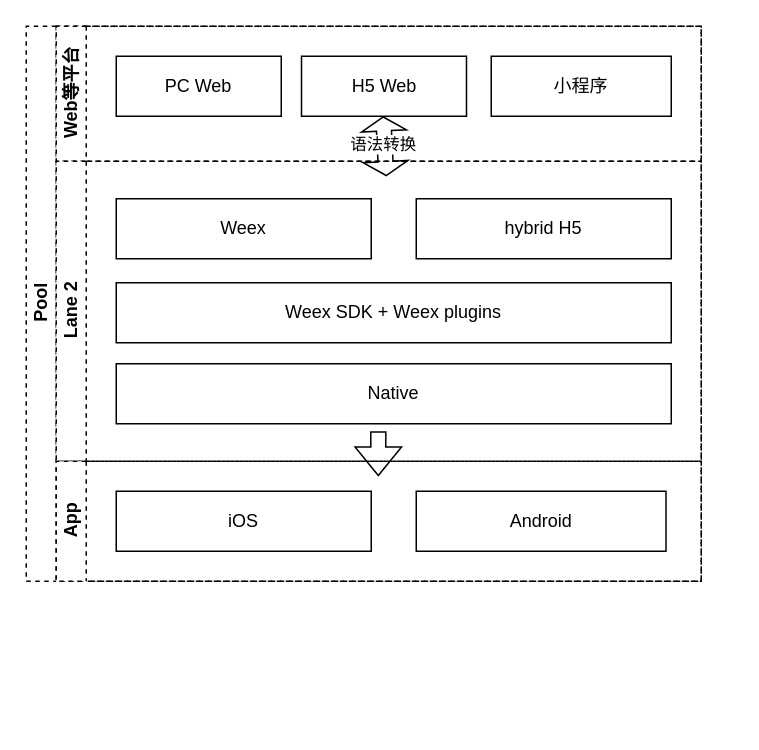
This is 未命名绘图.drawio from ginuim/mueditor, a draw.io file, before an edit. Source tidied: cells renumbered, new cells numbered last; positions are measured from the earlier drawing's top-left corner, leaving out a move shared by most shapes. Both pictures are drawn from the tidied source at 150%, with x=0, y=0 at pixel (26, 26).
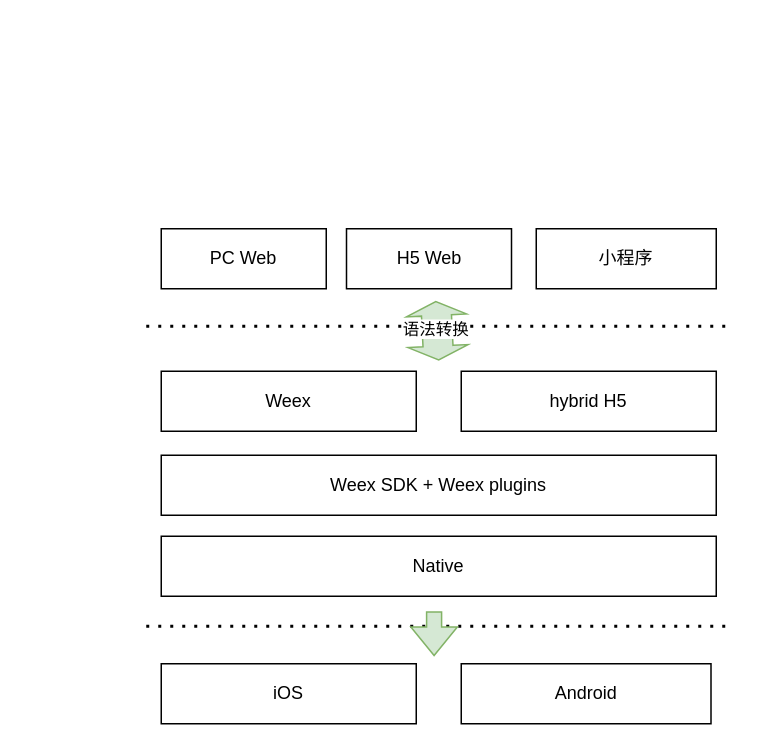
The same page after the edit.

Commit message (it also covers changes not shown here):
更新未命名绘图.drawio

Change to the diagram source:
```diff
@@
 <mxGraphModel>
   <root>
     <mxCell id="0" />
     <mxCell id="1" parent="0" />
-    <mxCell id="2" value="Pool" style="swimlane;html=1;horizontal=0;startSize=20;dashed=1;" parent="1" vertex="1">
-      <mxGeometry width="450" height="370" as="geometry" />
-    </mxCell>
-    <mxCell id="3" value="Web等平台" style="swimlane;html=1;startSize=20;horizontal=0;dashed=1;" parent="2" vertex="1">
-      <mxGeometry x="20" width="430" height="90" as="geometry" />
-    </mxCell>
-    <mxCell id="4" value="PC Web" style="rounded=0;whiteSpace=wrap;html=1;" parent="3" vertex="1">
-      <mxGeometry x="40" y="20" width="110" height="40" as="geometry" />
+    <mxCell id="4" value="PC Web" style="rounded=0;whiteSpace=wrap;html=1;" parent="1" vertex="1">
+      <mxGeometry x="90" y="135" width="110" height="40" as="geometry" />
     </mxCell>
-    <mxCell id="5" value="小程序" style="rounded=0;whiteSpace=wrap;html=1;" parent="3" vertex="1">
-      <mxGeometry x="290" y="20" width="120" height="40" as="geometry" />
+    <mxCell id="5" value="小程序" style="rounded=0;whiteSpace=wrap;html=1;" parent="1" vertex="1">
+      <mxGeometry x="340" y="135" width="120" height="40" as="geometry" />
     </mxCell>
-    <mxCell id="6" value="H5 Web" style="rounded=0;whiteSpace=wrap;html=1;" parent="3" vertex="1">
-      <mxGeometry x="163.5" y="20" width="110" height="40" as="geometry" />
+    <mxCell id="6" value="H5 Web" style="rounded=0;whiteSpace=wrap;html=1;" parent="1" vertex="1">
+      <mxGeometry x="213.5" y="135" width="110" height="40" as="geometry" />
     </mxCell>
-    <mxCell id="7" style="shape=flexArrow;endArrow=classic;startArrow=classic;html=1;rounded=0;endWidth=19;endSize=2.76;startWidth=19;startSize=2.76;" parent="3" edge="1">
-      <mxGeometry relative="1" as="geometry">
-        <mxPoint x="220" y="100" as="sourcePoint" />
-        <mxPoint x="218" y="60" as="targetPoint" />
-      </mxGeometry>
-    </mxCell>
-    <mxCell id="8" value="语法转换" style="edgeLabel;html=1;align=center;verticalAlign=middle;" parent="7" vertex="1">
-      <mxGeometry x="0.11" y="1" relative="1" as="geometry" />
-    </mxCell>
-    <mxCell id="9" value="Lane 2" style="swimlane;html=1;startSize=20;horizontal=0;dashed=1;" parent="2" vertex="1">
-      <mxGeometry x="20" y="90" width="430" height="200" as="geometry" />
-    </mxCell>
-    <mxCell id="10" value="Weex" style="rounded=0;whiteSpace=wrap;html=1;" parent="9" vertex="1">
-      <mxGeometry x="40" y="25" width="170" height="40" as="geometry" />
+    <mxCell id="10" value="Weex" style="rounded=0;whiteSpace=wrap;html=1;" parent="1" vertex="1">
+      <mxGeometry x="90" y="230" width="170" height="40" as="geometry" />
     </mxCell>
-    <mxCell id="11" value="hybrid H5" style="rounded=0;whiteSpace=wrap;html=1;" parent="9" vertex="1">
-      <mxGeometry x="240" y="25" width="170" height="40" as="geometry" />
+    <mxCell id="11" value="hybrid H5" style="rounded=0;whiteSpace=wrap;html=1;" parent="1" vertex="1">
+      <mxGeometry x="290" y="230" width="170" height="40" as="geometry" />
     </mxCell>
-    <mxCell id="12" value="Weex SDK + Weex plugins" style="rounded=0;whiteSpace=wrap;html=1;" parent="9" vertex="1">
-      <mxGeometry x="40" y="81" width="370" height="40" as="geometry" />
+    <mxCell id="12" value="Weex SDK + Weex plugins" style="rounded=0;whiteSpace=wrap;html=1;" parent="1" vertex="1">
+      <mxGeometry x="90" y="286" width="370" height="40" as="geometry" />
     </mxCell>
-    <mxCell id="13" value="Native" style="rounded=0;whiteSpace=wrap;html=1;" parent="9" vertex="1">
-      <mxGeometry x="40" y="135" width="370" height="40" as="geometry" />
+    <mxCell id="13" value="Native" style="rounded=0;whiteSpace=wrap;html=1;" parent="1" vertex="1">
+      <mxGeometry x="90" y="340" width="370" height="40" as="geometry" />
     </mxCell>
-    <mxCell id="14" style="shape=flexArrow;endArrow=classic;html=1;rounded=0;" parent="9" edge="1">
-      <mxGeometry relative="1" as="geometry">
-        <mxPoint x="214.7" y="180" as="sourcePoint" />
-        <mxPoint x="214.7" y="210" as="targetPoint" />
-      </mxGeometry>
-    </mxCell>
-    <mxCell id="15" value="App" style="swimlane;html=1;startSize=20;horizontal=0;dashed=1;" parent="2" vertex="1">
-      <mxGeometry x="20" y="290" width="430" height="80" as="geometry" />
-    </mxCell>
-    <mxCell id="16" value="iOS" style="rounded=0;whiteSpace=wrap;html=1;" parent="15" vertex="1">
-      <mxGeometry x="40" y="20" width="170" height="40" as="geometry" />
+    <mxCell id="16" value="iOS" style="rounded=0;whiteSpace=wrap;html=1;" parent="1" vertex="1">
+      <mxGeometry x="90" y="425" width="170" height="40" as="geometry" />
     </mxCell>
-    <mxCell id="17" value="Android" style="rounded=0;whiteSpace=wrap;html=1;" parent="15" vertex="1">
-      <mxGeometry x="240" y="20" width="166.5" height="40" as="geometry" />
+    <mxCell id="17" value="Android" style="rounded=0;whiteSpace=wrap;html=1;" parent="1" vertex="1">
+      <mxGeometry x="290" y="425" width="166.5" height="40" as="geometry" />
     </mxCell>
+    <mxCell id="18" style="endArrow=none;dashed=1;html=1;dashPattern=1 3;strokeWidth=2;rounded=0;" parent="1" edge="1">
+      <mxGeometry relative="1" as="geometry">
+        <mxPoint x="80" y="200" as="sourcePoint" />
+        <mxPoint x="470" y="200" as="targetPoint" />
+      </mxGeometry>
+    </mxCell>
+    <mxCell id="19" style="endArrow=none;dashed=1;html=1;dashPattern=1 3;strokeWidth=2;rounded=0;" parent="1" edge="1">
+      <mxGeometry relative="1" as="geometry">
+        <mxPoint x="80" y="400" as="sourcePoint" />
+        <mxPoint x="470" y="400" as="targetPoint" />
+      </mxGeometry>
+    </mxCell>
+    <mxCell id="20" style="shape=flexArrow;endArrow=classic;html=1;rounded=0;fillColor=#d5e8d4;strokeColor=#82b366;" parent="1" edge="1">
+      <mxGeometry relative="1" as="geometry">
+        <mxPoint x="271.9" y="390" as="sourcePoint" />
+        <mxPoint x="271.9" y="420" as="targetPoint" />
+      </mxGeometry>
+    </mxCell>
+    <mxCell id="21" style="shape=flexArrow;endArrow=classic;startArrow=classic;html=1;rounded=0;endWidth=19;endSize=2.76;startWidth=19;startSize=2.76;width=20;fillColor=#d5e8d4;strokeColor=#82b366;" parent="1" edge="1">
+      <mxGeometry relative="1" as="geometry">
+        <mxPoint x="275" y="223" as="sourcePoint" />
+        <mxPoint x="273" y="183" as="targetPoint" />
+      </mxGeometry>
+    </mxCell>
+    <mxCell id="8" value="语法转换" style="edgeLabel;html=1;align=center;verticalAlign=middle;" parent="21" vertex="1">
+      <mxGeometry x="0.11" y="1" relative="1" as="geometry" />
+    </mxCell>
   </root>
 </mxGraphModel>
```
